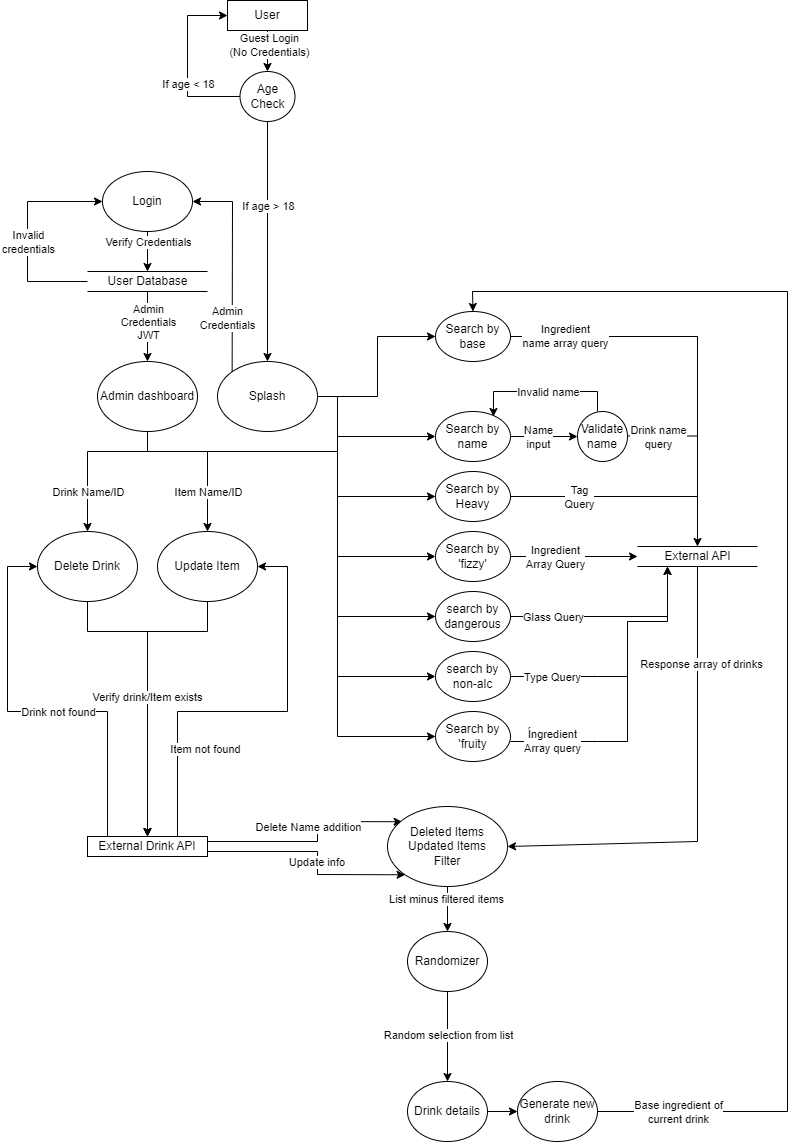
Above: docs/DFDs/ShkrDFD-final.png in NassyKova/Cocktail (draw.io), before the change. Source tidied: cells renumbered, new cells last; positions are measured from the earlier drawing's top-left corner, leaving out a move shared by most shapes.
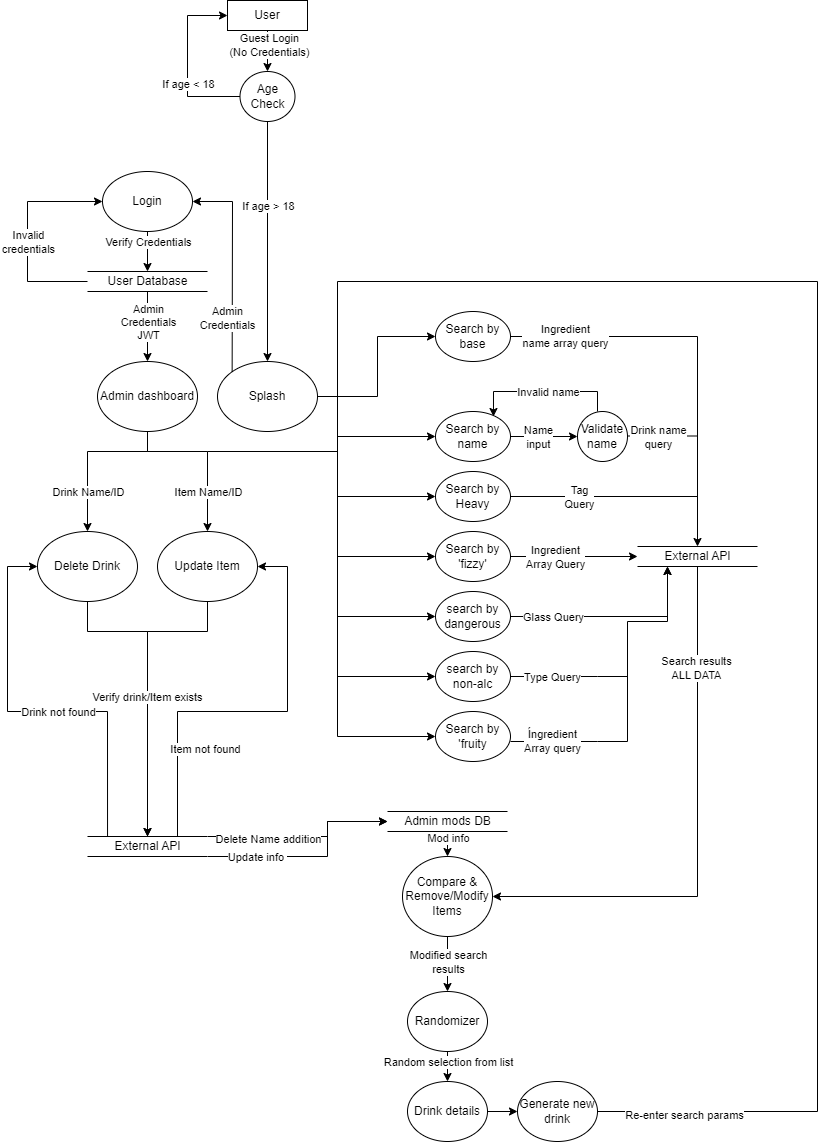
After the commit.

Commit message:
DFD update with extra database

Change to the diagram source:
```diff
@@ -83,19 +83,18 @@
         <mxPoint x="27" y="-1" as="offset" />
       </mxGeometry>
     </mxCell>
-    <mxCell id="19" value="External Drink API" style="rounded=0;whiteSpace=wrap;html=1;" parent="1" vertex="1">
-      <mxGeometry x="80" y="836" width="120" height="20" as="geometry" />
-    </mxCell>
-    <mxCell id="20" style="endArrow=classic;html=1;rounded=0;exitX=0.5;exitY=1;exitDx=0;exitDy=0;entryX=0.5;entryY=0;entryDx=0;entryDy=0;" parent="1" edge="1" source="10" target="19">
+    <mxCell id="20" style="endArrow=classic;html=1;rounded=0;exitX=0.5;exitY=1;exitDx=0;exitDy=0;entryX=0.5;entryY=0;entryDx=0;entryDy=0;" parent="1" edge="1" source="10">
       <mxGeometry relative="1" as="geometry">
+        <mxPoint x="140" y="836" as="targetPoint" />
         <Array as="points">
           <mxPoint x="80" y="631" />
           <mxPoint x="140" y="631" />
         </Array>
       </mxGeometry>
     </mxCell>
-    <mxCell id="21" style="endArrow=classic;html=1;rounded=0;exitX=0.5;exitY=1;exitDx=0;exitDy=0;entryX=0.5;entryY=0;entryDx=0;entryDy=0;" parent="1" edge="1" source="12" target="19">
+    <mxCell id="21" style="endArrow=classic;html=1;rounded=0;exitX=0.5;exitY=1;exitDx=0;exitDy=0;entryX=0.5;entryY=0;entryDx=0;entryDy=0;" parent="1" edge="1" source="12">
       <mxGeometry relative="1" as="geometry">
+        <mxPoint x="140" y="836" as="targetPoint" />
         <Array as="points">
           <mxPoint x="200" y="631" />
           <mxPoint x="140" y="631" />
@@ -105,18 +104,17 @@
     <mxCell id="22" value="Verify drink/Item exists" style="edgeLabel;html=1;align=center;verticalAlign=middle;" parent="21" vertex="1">
       <mxGeometry x="0.05" y="-1" relative="1" as="geometry" />
     </mxCell>
-    <mxCell id="23" style="endArrow=classic;html=1;rounded=0;entryX=0;entryY=0;entryDx=0;entryDy=0;exitX=1;exitY=0.25;exitDx=0;exitDy=0;" parent="1" edge="1" source="19">
+    <mxCell id="23" style="endArrow=classic;html=1;rounded=0;entryX=0;entryY=0.5;entryDx=0;entryDy=0;exitX=1;exitY=0;exitDx=0;exitDy=0;" parent="1" edge="1" source="94" target="95">
       <mxGeometry relative="1" as="geometry">
-        <mxPoint x="394.6" y="821.3" as="targetPoint" />
         <Array as="points">
-          <mxPoint x="310" y="841" />
-          <mxPoint x="310" y="821" />
+          <mxPoint x="320" y="836" />
+          <mxPoint x="320" y="821" />
         </Array>
       </mxGeometry>
     </mxCell>
     <mxCell id="24" value="Delete Name addition" style="edgeLabel;html=1;align=center;verticalAlign=middle;" parent="23" vertex="1">
       <mxGeometry x="0.32" y="4" relative="1" as="geometry">
-        <mxPoint x="-22" y="9" as="offset" />
+        <mxPoint x="-56" y="11" as="offset" />
       </mxGeometry>
     </mxCell>
     <mxCell id="25" value="Item Name/ID" style="edgeLabel;html=1;align=center;verticalAlign=middle;" parent="1" vertex="1">
@@ -125,60 +123,42 @@
     <mxCell id="26" value="Drink Name/ID" style="edgeLabel;html=1;align=center;verticalAlign=middle;" parent="1" vertex="1">
       <mxGeometry x="80" y="491" as="geometry" />
     </mxCell>
-    <mxCell id="27" style="endArrow=classic;html=1;rounded=0;entryX=0.5;entryY=0;entryDx=0;entryDy=0;exitX=0.5;exitY=1;exitDx=0;exitDy=0;" parent="1" edge="1" target="19">
+    <mxCell id="27" style="endArrow=classic;html=1;rounded=0;entryX=0.5;entryY=0;entryDx=0;entryDy=0;exitX=0.5;exitY=1;exitDx=0;exitDy=0;startArrow=none;" parent="1" edge="1" source="94">
       <mxGeometry relative="1" as="geometry">
-        <mxPoint x="140" y="791" as="sourcePoint" />
+        <mxPoint x="140" y="836" as="targetPoint" />
       </mxGeometry>
     </mxCell>
-    <mxCell id="28" value="Deleted Items&lt;br&gt;Updated Items&lt;br&gt;Filter" style="ellipse;whiteSpace=wrap;html=1;" parent="1" vertex="1">
-      <mxGeometry x="380" y="806" width="120" height="80" as="geometry" />
-    </mxCell>
-    <mxCell id="29" style="endArrow=classic;html=1;rounded=0;entryX=1;entryY=0.5;entryDx=0;entryDy=0;startArrow=none;exitX=0.5;exitY=1;exitDx=0;exitDy=0;" parent="1" edge="1" source="63" target="28">
-      <mxGeometry relative="1" as="geometry">
-        <Array as="points">
-          <mxPoint x="690" y="841" />
-        </Array>
-      </mxGeometry>
-    </mxCell>
-    <mxCell id="30" value="Response array of drinks" style="edgeLabel;html=1;align=center;verticalAlign=middle;" parent="29" vertex="1">
-      <mxGeometry x="-0.58" y="3" relative="1" as="geometry" />
-    </mxCell>
-    <mxCell id="31" style="endArrow=classic;html=1;rounded=0;exitX=0.5;exitY=1;exitDx=0;exitDy=0;" parent="1" edge="1" source="28">
+    <mxCell id="31" style="endArrow=classic;html=1;rounded=0;startArrow=none;entryX=0.5;entryY=0;entryDx=0;entryDy=0;" parent="1" edge="1" target="44">
       <mxGeometry relative="1" as="geometry">
-        <mxPoint x="440" y="931" as="targetPoint" />
+        <mxPoint x="440" y="921" as="sourcePoint" />
       </mxGeometry>
     </mxCell>
-    <mxCell id="32" value="List minus filtered items" style="edgeLabel;html=1;align=center;verticalAlign=middle;" parent="31" vertex="1">
-      <mxGeometry x="-0.49" y="-2" relative="1" as="geometry">
-        <mxPoint y="1" as="offset" />
-      </mxGeometry>
-    </mxCell>
+    <mxCell id="92" value="Modified search&lt;br&gt;results" style="edgeLabel;html=1;align=center;verticalAlign=middle;" parent="31" vertex="1">
+      <mxGeometry x="-0.34" y="1" relative="1" as="geometry">
+        <mxPoint x="-1" y="17" as="offset" />
+      </mxGeometry>
+    </mxCell>
-    <mxCell id="33" style="endArrow=classic;html=1;rounded=0;entryX=0;entryY=1;entryDx=0;entryDy=0;exitX=1;exitY=0.75;exitDx=0;exitDy=0;" parent="1" edge="1" source="19" target="28">
+    <mxCell id="33" style="endArrow=classic;html=1;rounded=0;entryX=0;entryY=0.5;entryDx=0;entryDy=0;exitX=1;exitY=1;exitDx=0;exitDy=0;" parent="1" edge="1" source="94" target="95">
       <mxGeometry relative="1" as="geometry">
         <Array as="points">
-          <mxPoint x="310" y="851" />
-          <mxPoint x="310" y="874" />
+          <mxPoint x="320" y="856" />
+          <mxPoint x="320" y="821" />
         </Array>
       </mxGeometry>
     </mxCell>
     <mxCell id="34" value="Update info&amp;nbsp;" style="edgeLabel;html=1;align=center;verticalAlign=middle;" parent="33" vertex="1">
       <mxGeometry x="-0.28" y="1" relative="1" as="geometry">
-        <mxPoint x="30" y="11" as="offset" />
+        <mxPoint x="-29" y="1" as="offset" />
       </mxGeometry>
     </mxCell>
     <mxCell id="35" value="Drink details" style="ellipse;whiteSpace=wrap;html=1;" parent="1" vertex="1">
       <mxGeometry x="400" y="1081" width="80" height="60" as="geometry" />
     </mxCell>
-    <mxCell id="36" style="endArrow=classic;html=1;rounded=0;" parent="1" edge="1" target="35">
+    <mxCell id="36" style="endArrow=classic;html=1;rounded=0;startArrow=none;" parent="1" edge="1" target="35">
       <mxGeometry relative="1" as="geometry">
-        <mxPoint x="440" y="991" as="sourcePoint" />
+        <mxPoint x="440" y="1051" as="sourcePoint" />
       </mxGeometry>
     </mxCell>
-    <mxCell id="37" value="Random selection from list" style="edgeLabel;html=1;align=center;verticalAlign=middle;" parent="36" vertex="1">
-      <mxGeometry x="-0.47" y="2" relative="1" as="geometry">
-        <mxPoint x="-2" y="19" as="offset" />
-      </mxGeometry>
-    </mxCell>
     <mxCell id="38" value="Generate new drink" style="ellipse;whiteSpace=wrap;html=1;" parent="1" vertex="1">
       <mxGeometry x="510" y="1081" width="80" height="60" as="geometry" />
     </mxCell>
@@ -202,11 +182,9 @@
     <mxCell id="43" value="User Database" style="html=1;dashed=0;whitespace=wrap;shape=partialRectangle;right=0;left=0;" parent="1" vertex="1">
       <mxGeometry x="80" y="271" width="120" height="20" as="geometry" />
     </mxCell>
-    <mxCell id="44" value="Randomizer" style="ellipse;whiteSpace=wrap;html=1;" parent="1" vertex="1">
-      <mxGeometry x="400" y="931" width="80" height="60" as="geometry" />
-    </mxCell>
-    <mxCell id="45" style="endArrow=classic;html=1;rounded=0;entryX=1;entryY=0.5;entryDx=0;entryDy=0;exitX=0.75;exitY=0;exitDx=0;exitDy=0;" parent="1" edge="1" source="19" target="12">
+    <mxCell id="45" style="endArrow=classic;html=1;rounded=0;entryX=1;entryY=0.5;entryDx=0;entryDy=0;exitX=0.75;exitY=0;exitDx=0;exitDy=0;" parent="1" edge="1" target="12">
       <mxGeometry relative="1" as="geometry">
+        <mxPoint x="170" y="836" as="sourcePoint" />
         <Array as="points">
           <mxPoint x="170" y="711" />
           <mxPoint x="280" y="711" />
@@ -219,8 +197,9 @@
         <mxPoint x="-51" y="36" as="offset" />
       </mxGeometry>
     </mxCell>
-    <mxCell id="47" style="endArrow=classic;html=1;rounded=0;entryX=0;entryY=0.5;entryDx=0;entryDy=0;exitX=0.167;exitY=0;exitDx=0;exitDy=0;exitPerimeter=0;" parent="1" edge="1" source="19" target="10">
+    <mxCell id="47" style="endArrow=classic;html=1;rounded=0;entryX=0;entryY=0.5;entryDx=0;entryDy=0;exitX=0.167;exitY=0;exitDx=0;exitDy=0;exitPerimeter=0;" parent="1" edge="1" target="10">
       <mxGeometry relative="1" as="geometry">
+        <mxPoint x="100" y="836" as="sourcePoint" />
         <Array as="points">
           <mxPoint x="100" y="711" />
           <mxPoint y="711" />
@@ -231,20 +210,6 @@
     <mxCell id="48" value="Drink not found" style="edgeLabel;html=1;align=center;verticalAlign=middle;" parent="1" vertex="1">
       <mxGeometry x="50" y="711" as="geometry" />
     </mxCell>
-    <mxCell id="49" style="endArrow=classic;html=1;rounded=0;exitX=1;exitY=0.5;exitDx=0;exitDy=0;entryX=0.5;entryY=0;entryDx=0;entryDy=0;" parent="1" edge="1" source="38" target="8">
-      <mxGeometry relative="1" as="geometry">
-        <Array as="points">
-          <mxPoint x="780" y="1111" />
-          <mxPoint x="780" y="291" />
-          <mxPoint x="465" y="291" />
-        </Array>
-      </mxGeometry>
-    </mxCell>
-    <mxCell id="50" value="Base ingredient of&lt;br&gt;current drink" style="edgeLabel;html=1;align=center;verticalAlign=middle;" parent="49" vertex="1">
-      <mxGeometry x="-0.9" y="-4" relative="1" as="geometry">
-        <mxPoint x="16" y="-4" as="offset" />
-      </mxGeometry>
-    </mxCell>
     <mxCell id="51" value="Age Check" style="ellipse;whiteSpace=wrap;html=1;" parent="1" vertex="1">
       <mxGeometry x="232.5" y="71" width="55" height="50" as="geometry" />
     </mxCell>
@@ -475,5 +440,61 @@
         <mxPoint x="330" y="451" as="targetPoint" />
       </mxGeometry>
     </mxCell>
+    <mxCell id="93" style="endArrow=none;html=1;rounded=0;entryX=0.5;entryY=0;entryDx=0;entryDy=0;exitX=0.5;exitY=1;exitDx=0;exitDy=0;" parent="1" edge="1" target="94">
+      <mxGeometry relative="1" as="geometry">
+        <mxPoint x="140" y="791" as="sourcePoint" />
+      </mxGeometry>
+    </mxCell>
+    <mxCell id="94" value="External API" style="html=1;dashed=0;whitespace=wrap;shape=partialRectangle;right=0;left=0;" parent="1" vertex="1">
+      <mxGeometry x="80" y="836" width="120" height="20" as="geometry" />
+    </mxCell>
+    <mxCell id="95" value="Admin mods DB" style="html=1;dashed=0;whitespace=wrap;shape=partialRectangle;right=0;left=0;" parent="1" vertex="1">
+      <mxGeometry x="380" y="811" width="120" height="20" as="geometry" />
+    </mxCell>
+    <mxCell id="96" value="Compare &amp;amp; Remove/Modify Items" style="ellipse;whiteSpace=wrap;html=1;" parent="1" vertex="1">
+      <mxGeometry x="395" y="856" width="90" height="80" as="geometry" />
+    </mxCell>
+    <mxCell id="97" style="endArrow=none;html=1;rounded=0;" parent="1" edge="1" target="44">
+      <mxGeometry relative="1" as="geometry">
+        <mxPoint x="440" y="991" as="sourcePoint" />
+      </mxGeometry>
+    </mxCell>
+    <mxCell id="37" value="Random selection from list" style="edgeLabel;html=1;align=center;verticalAlign=middle;" parent="97" vertex="1">
+      <mxGeometry x="-0.47" y="2" relative="1" as="geometry">
+        <mxPoint y="70" as="offset" />
+      </mxGeometry>
+    </mxCell>
+    <mxCell id="44" value="Randomizer" style="ellipse;whiteSpace=wrap;html=1;" parent="1" vertex="1">
+      <mxGeometry x="400" y="991" width="80" height="60" as="geometry" />
+    </mxCell>
+    <mxCell id="98" style="endArrow=classic;html=1;rounded=0;exitX=0.5;exitY=1;exitDx=0;exitDy=0;entryX=1;entryY=0.5;entryDx=0;entryDy=0;" parent="1" edge="1" source="63" target="96">
+      <mxGeometry relative="1" as="geometry">
+        <Array as="points">
+          <mxPoint x="690" y="896" />
+        </Array>
+      </mxGeometry>
+    </mxCell>
+    <mxCell id="99" value="Search results&lt;br&gt;ALL DATA" style="edgeLabel;html=1;align=center;verticalAlign=middle;" parent="98" vertex="1">
+      <mxGeometry x="-0.62" y="-2" relative="1" as="geometry" />
+    </mxCell>
+    <mxCell id="100" style="endArrow=classic;html=1;rounded=0;entryX=0.5;entryY=0;entryDx=0;entryDy=0;exitX=0.5;exitY=1;exitDx=0;exitDy=0;" parent="1" edge="1" source="95" target="96">
+      <mxGeometry relative="1" as="geometry" />
+    </mxCell>
+    <mxCell id="101" value="Mod info" style="edgeLabel;html=1;align=center;verticalAlign=middle;" parent="100" vertex="1">
+      <mxGeometry x="-0.5" relative="1" as="geometry" />
+    </mxCell>
+    <mxCell id="102" style="endArrow=none;html=1;rounded=0;exitX=1;exitY=0.5;exitDx=0;exitDy=0;" parent="1" edge="1" source="38">
+      <mxGeometry relative="1" as="geometry">
+        <mxPoint x="330" y="421" as="targetPoint" />
+        <Array as="points">
+          <mxPoint x="810" y="1111" />
+          <mxPoint x="810" y="281" />
+          <mxPoint x="330" y="281" />
+        </Array>
+      </mxGeometry>
+    </mxCell>
+    <mxCell id="103" value="Re-enter search params" style="edgeLabel;html=1;align=center;verticalAlign=middle;" parent="102" vertex="1">
+      <mxGeometry x="-0.9" y="-3" relative="1" as="geometry" />
+    </mxCell>
   </root>
 </mxGraphModel>
```
